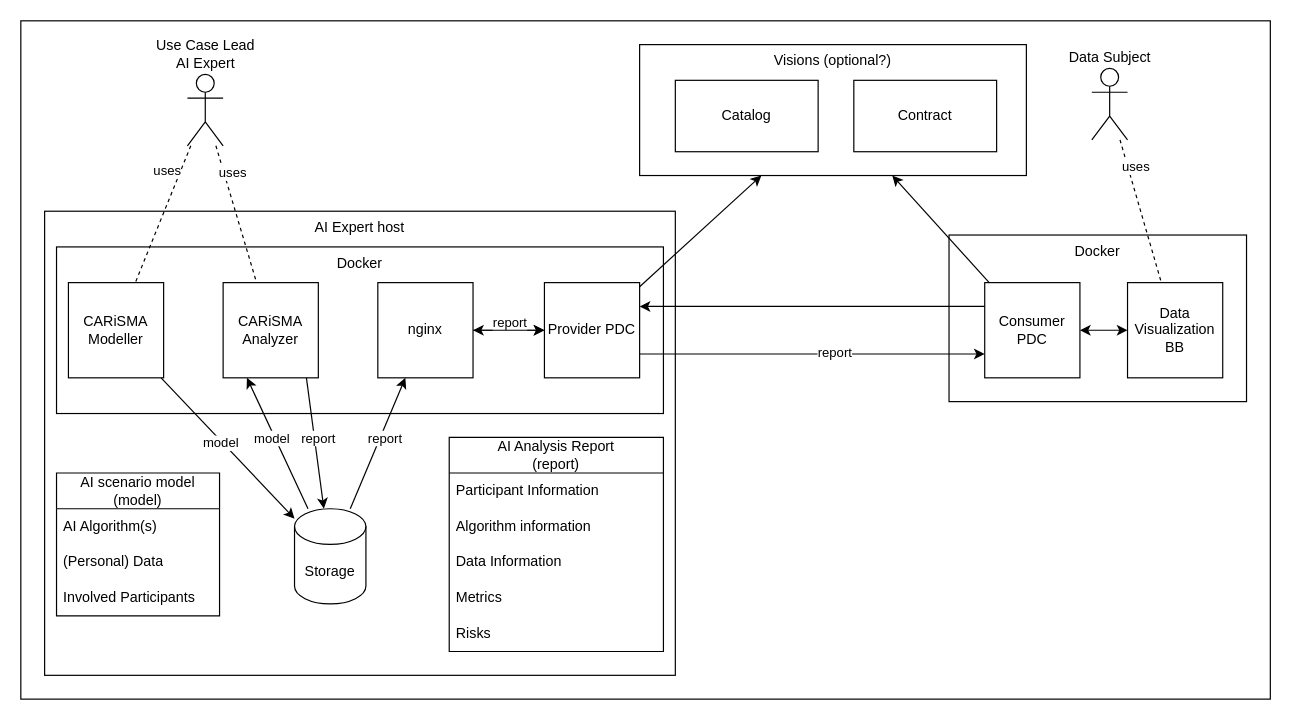
Above: docs/images/CARiSMA-nginx-PDC.drawio in Prometheus-X-association/t-ai-carisma (draw.io), before the change. Source tidied: cells renumbered, new cells numbered last; positions are measured from the earlier drawing's top-left corner, leaving out a move shared by most shapes. Both pictures are drawn from the tidied source at 119%, with x=0, y=0 at pixel (20, 20).
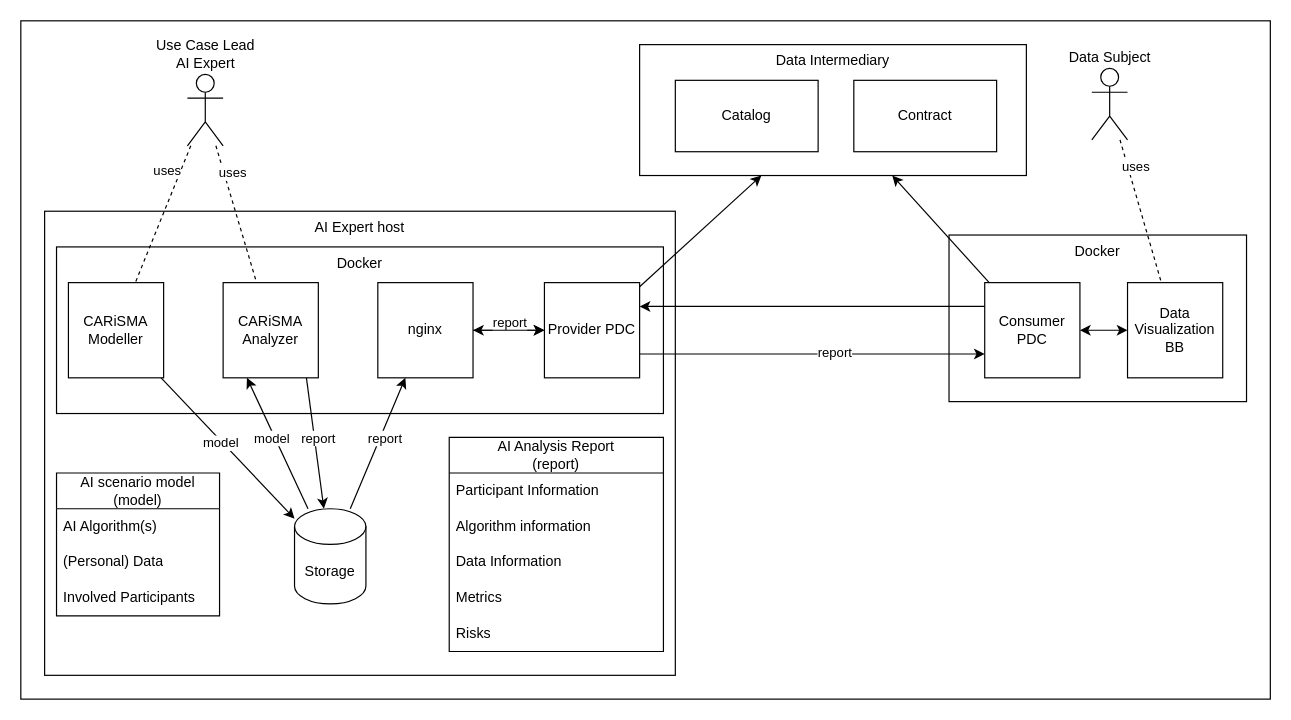
Above is the later version.

Commit message (it also covers changes not shown here):
Architecture diagram: 's/Visions/Data Intermediary/'.

Addressing #3

The edit, as a diff of the source:
```diff
@@
-    <mxCell id="4" value="Visions (optional?)" style="rounded=0;whiteSpace=wrap;html=1;align=center;verticalAlign=top;" parent="1" vertex="1">
+    <mxCell id="4" value="Data Intermediary" style="rounded=0;whiteSpace=wrap;html=1;align=center;verticalAlign=top;" parent="1" vertex="1">
       <mxGeometry x="520" y="20" width="325" height="110" as="geometry" />
     </mxCell>
```
